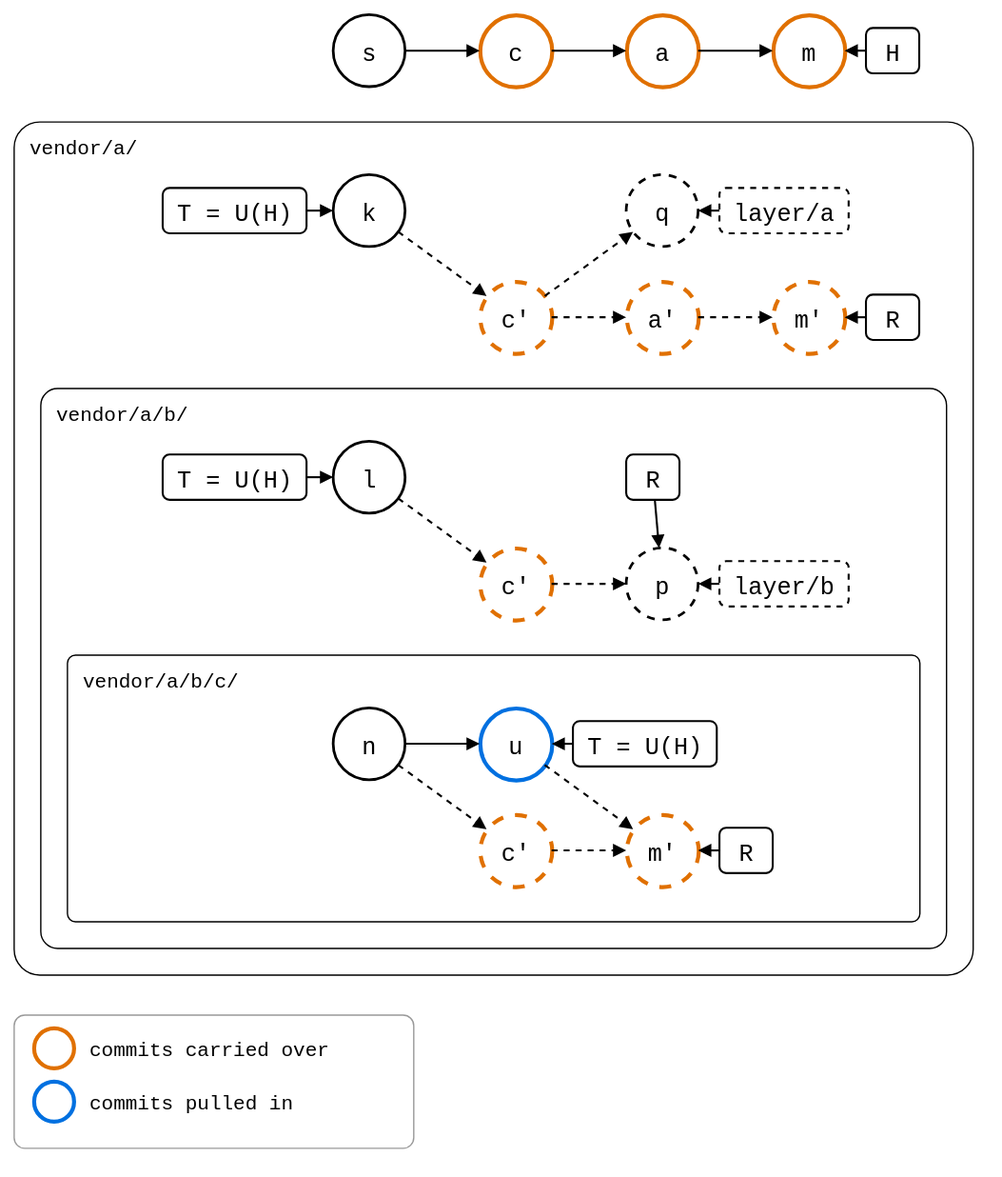
Above: docs/09-scenarios/05-nested-splices/01-nested-splices/02-three-levels/levels-merged-into-monorepo.drawio.svg in roschaefer/git-splice (draw.io), before the change. Source tidied: cells renumbered, new cells last; positions are measured from the earlier drawing's top-left corner, leaving out a move shared by most shapes.
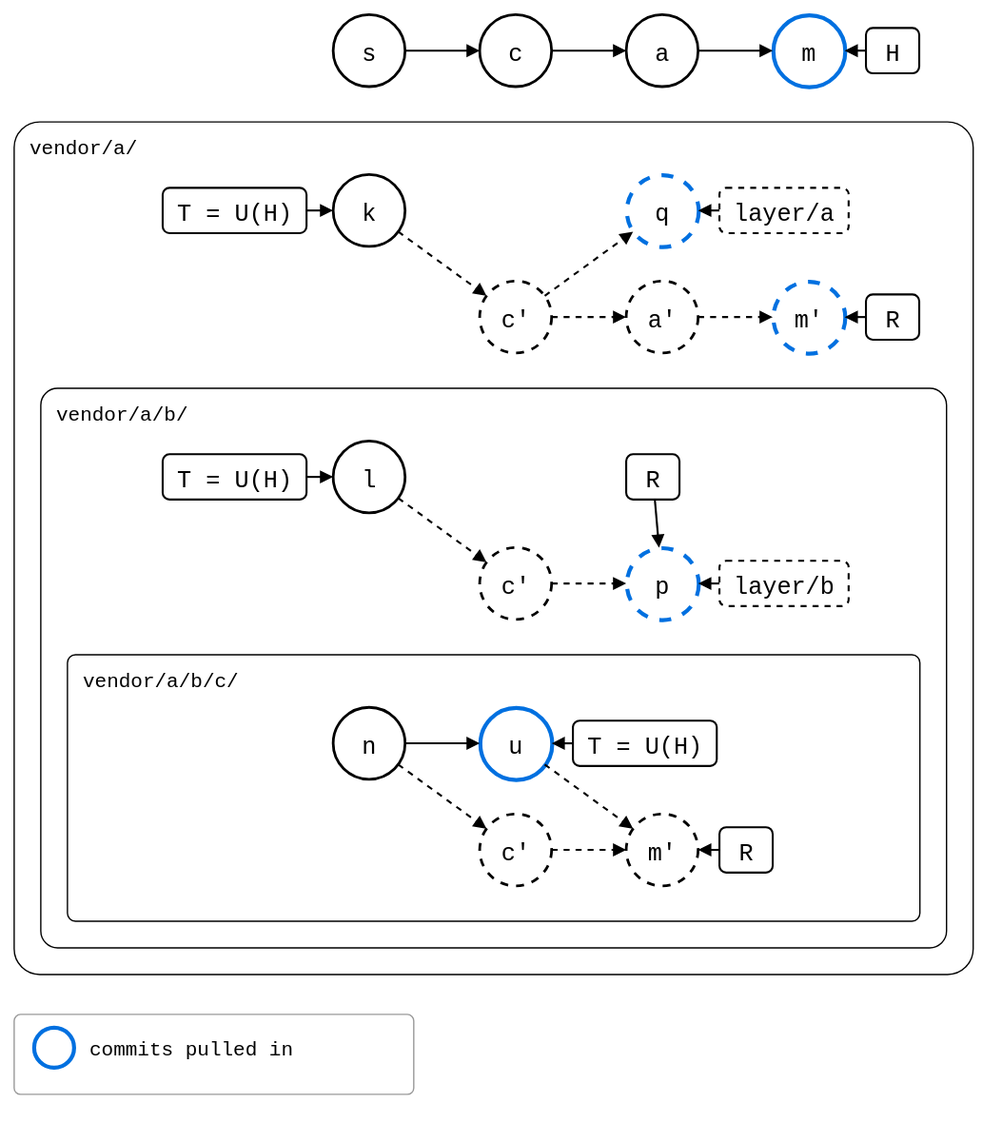
The same diagram one commit later.

Commit message:
docs(scenarios): follow the pulled commit out through the levels in blue

The edit, as a diff of the source:
```diff
@@ -14,19 +14,19 @@
     <mxCell id="5" value="s" style="ellipse;strokeWidth=2;fontSize=18;fontFamily=Roboto Mono,monospace;" parent="1" vertex="1">
       <mxGeometry x="240" width="54" height="54" as="geometry" />
     </mxCell>
-    <mxCell id="6" value="c" style="ellipse;strokeWidth=2;fontSize=18;fontFamily=Roboto Mono,monospace;strokeColor=#E07000;strokeWidth=3;" parent="1" vertex="1">
+    <mxCell id="6" value="c" style="ellipse;strokeWidth=2;fontSize=18;fontFamily=Roboto Mono,monospace;" parent="1" vertex="1">
       <mxGeometry x="350" width="54" height="54" as="geometry" />
     </mxCell>
     <mxCell id="7" style="endArrow=block;endFill=1;html=1;strokeWidth=1.5;rounded=0;" parent="1" edge="1" source="5" target="6">
       <mxGeometry relative="1" as="geometry" />
     </mxCell>
-    <mxCell id="8" value="a" style="ellipse;strokeWidth=2;fontSize=18;fontFamily=Roboto Mono,monospace;strokeColor=#E07000;strokeWidth=3;" parent="1" vertex="1">
+    <mxCell id="8" value="a" style="ellipse;strokeWidth=2;fontSize=18;fontFamily=Roboto Mono,monospace;" parent="1" vertex="1">
       <mxGeometry x="460" width="54" height="54" as="geometry" />
     </mxCell>
     <mxCell id="9" style="endArrow=block;endFill=1;html=1;strokeWidth=1.5;rounded=0;" parent="1" edge="1" source="6" target="8">
       <mxGeometry relative="1" as="geometry" />
     </mxCell>
-    <mxCell id="10" value="m" style="ellipse;strokeWidth=2;fontSize=18;fontFamily=Roboto Mono,monospace;strokeColor=#E07000;strokeWidth=3;" parent="1" vertex="1">
+    <mxCell id="10" value="m" style="ellipse;strokeWidth=2;fontSize=18;fontFamily=Roboto Mono,monospace;strokeColor=#0070E0;strokeWidth=3;" parent="1" vertex="1">
       <mxGeometry x="570" width="54" height="54" as="geometry" />
     </mxCell>
     <mxCell id="11" style="endArrow=block;endFill=1;html=1;strokeWidth=1.5;rounded=0;" parent="1" edge="1" source="8" target="10">
@@ -41,7 +41,7 @@
     <mxCell id="14" value="k" style="ellipse;strokeWidth=2;fontSize=18;fontFamily=Roboto Mono,monospace;" parent="1" vertex="1">
       <mxGeometry x="240" y="120" width="54" height="54" as="geometry" />
     </mxCell>
-    <mxCell id="15" value="c'" style="ellipse;strokeWidth=2;fontSize=18;fontFamily=Roboto Mono,monospace;dashed=1;strokeColor=#E07000;strokeWidth=3;" parent="1" vertex="1">
+    <mxCell id="15" value="c'" style="ellipse;strokeWidth=2;fontSize=18;fontFamily=Roboto Mono,monospace;dashed=1;" parent="1" vertex="1">
       <mxGeometry x="350" y="200" width="54" height="54" as="geometry" />
     </mxCell>
     <mxCell id="16" style="endArrow=block;endFill=1;html=1;strokeWidth=1.5;rounded=0;dashed=1;" parent="1" edge="1" source="14" target="15">
@@ -50,7 +50,7 @@
     <mxCell id="17" value="l" style="ellipse;strokeWidth=2;fontSize=18;fontFamily=Roboto Mono,monospace;" parent="1" vertex="1">
       <mxGeometry x="240" y="320" width="54" height="54" as="geometry" />
     </mxCell>
-    <mxCell id="18" value="c'" style="ellipse;strokeWidth=2;fontSize=18;fontFamily=Roboto Mono,monospace;dashed=1;strokeColor=#E07000;strokeWidth=3;" parent="1" vertex="1">
+    <mxCell id="18" value="c'" style="ellipse;strokeWidth=2;fontSize=18;fontFamily=Roboto Mono,monospace;dashed=1;" parent="1" vertex="1">
       <mxGeometry x="350" y="400" width="54" height="54" as="geometry" />
     </mxCell>
     <mxCell id="19" style="endArrow=block;endFill=1;html=1;strokeWidth=1.5;rounded=0;dashed=1;" parent="1" edge="1" source="17" target="18">
@@ -65,7 +65,7 @@
     <mxCell id="22" style="endArrow=block;endFill=1;html=1;strokeWidth=1.5;rounded=0;" parent="1" edge="1" source="20" target="21">
       <mxGeometry relative="1" as="geometry" />
     </mxCell>
-    <mxCell id="23" value="c'" style="ellipse;strokeWidth=2;fontSize=18;fontFamily=Roboto Mono,monospace;dashed=1;strokeColor=#E07000;strokeWidth=3;" parent="1" vertex="1">
+    <mxCell id="23" value="c'" style="ellipse;strokeWidth=2;fontSize=18;fontFamily=Roboto Mono,monospace;dashed=1;" parent="1" vertex="1">
       <mxGeometry x="350" y="600" width="54" height="54" as="geometry" />
     </mxCell>
     <mxCell id="24" style="endArrow=block;endFill=1;html=1;strokeWidth=1.5;rounded=0;dashed=1;" parent="1" edge="1" source="20" target="23">
@@ -83,31 +83,31 @@
     <mxCell id="28" style="endArrow=block;endFill=1;html=1;strokeWidth=1.5;rounded=0;" parent="1" edge="1" source="27" target="17">
       <mxGeometry relative="1" as="geometry" />
     </mxCell>
-    <mxCell id="29" value="p" style="ellipse;strokeWidth=2;fontSize=18;fontFamily=Roboto Mono,monospace;dashed=1;" parent="1" vertex="1">
+    <mxCell id="29" value="p" style="ellipse;strokeWidth=2;fontSize=18;fontFamily=Roboto Mono,monospace;dashed=1;strokeColor=#0070E0;strokeWidth=3;" parent="1" vertex="1">
       <mxGeometry x="460" y="400" width="54" height="54" as="geometry" />
     </mxCell>
     <mxCell id="30" style="endArrow=block;endFill=1;html=1;strokeWidth=1.5;rounded=0;dashed=1;" parent="1" edge="1" source="18" target="29">
       <mxGeometry relative="1" as="geometry" />
     </mxCell>
-    <mxCell id="31" value="q" style="ellipse;strokeWidth=2;fontSize=18;fontFamily=Roboto Mono,monospace;dashed=1;" parent="1" vertex="1">
+    <mxCell id="31" value="q" style="ellipse;strokeWidth=2;fontSize=18;fontFamily=Roboto Mono,monospace;dashed=1;strokeColor=#0070E0;strokeWidth=3;" parent="1" vertex="1">
       <mxGeometry x="460" y="120" width="54" height="54" as="geometry" />
     </mxCell>
     <mxCell id="32" style="endArrow=block;endFill=1;html=1;strokeWidth=1.5;rounded=0;dashed=1;" parent="1" edge="1" source="15" target="31">
       <mxGeometry relative="1" as="geometry" />
     </mxCell>
-    <mxCell id="33" value="a'" style="ellipse;strokeWidth=2;fontSize=18;fontFamily=Roboto Mono,monospace;dashed=1;strokeColor=#E07000;strokeWidth=3;" parent="1" vertex="1">
+    <mxCell id="33" value="a'" style="ellipse;strokeWidth=2;fontSize=18;fontFamily=Roboto Mono,monospace;dashed=1;" parent="1" vertex="1">
       <mxGeometry x="460" y="200" width="54" height="54" as="geometry" />
     </mxCell>
     <mxCell id="34" style="endArrow=block;endFill=1;html=1;strokeWidth=1.5;rounded=0;dashed=1;" parent="1" edge="1" source="15" target="33">
       <mxGeometry relative="1" as="geometry" />
     </mxCell>
-    <mxCell id="35" value="m'" style="ellipse;strokeWidth=2;fontSize=18;fontFamily=Roboto Mono,monospace;dashed=1;strokeColor=#E07000;strokeWidth=3;" parent="1" vertex="1">
+    <mxCell id="35" value="m'" style="ellipse;strokeWidth=2;fontSize=18;fontFamily=Roboto Mono,monospace;dashed=1;strokeColor=#0070E0;strokeWidth=3;" parent="1" vertex="1">
       <mxGeometry x="570" y="200" width="54" height="54" as="geometry" />
     </mxCell>
     <mxCell id="36" style="endArrow=block;endFill=1;html=1;strokeWidth=1.5;rounded=0;dashed=1;" parent="1" edge="1" source="33" target="35">
       <mxGeometry relative="1" as="geometry" />
     </mxCell>
-    <mxCell id="37" value="m'" style="ellipse;strokeWidth=2;fontSize=18;fontFamily=Roboto Mono,monospace;dashed=1;strokeColor=#E07000;strokeWidth=3;" parent="1" vertex="1">
+    <mxCell id="37" value="m'" style="ellipse;strokeWidth=2;fontSize=18;fontFamily=Roboto Mono,monospace;dashed=1;" parent="1" vertex="1">
       <mxGeometry x="460" y="600" width="54" height="54" as="geometry" />
     </mxCell>
     <mxCell id="38" style="endArrow=block;endFill=1;html=1;strokeWidth=1.5;rounded=0;dashed=1;" parent="1" edge="1" source="23" target="37">
@@ -153,19 +153,13 @@
       <mxGeometry relative="1" as="geometry" />
     </mxCell>
     <mxCell id="52" style="rounded=1;arcSize=8;fillColor=none;strokeColor=#999999;strokeWidth=1;legend=1;" parent="1" vertex="1">
-      <mxGeometry y="750" width="300" height="100" as="geometry" />
+      <mxGeometry y="750" width="300" height="60" as="geometry" />
     </mxCell>
-    <mxCell id="53" style="ellipse;fontSize=13;fontFamily=Roboto Mono,monospace;strokeWidth=2;strokeColor=#E07000;strokeWidth=3;" parent="52" vertex="1">
-      <mxGeometry x="15" y="10" width="30" height="30" as="geometry" />
-    </mxCell>
-    <mxCell id="54" value="commits carried over" style="text;align=left;verticalAlign=middle;fontSize=15;fontFamily=Roboto Mono,monospace;" parent="52" vertex="1">
-      <mxGeometry x="55" y="10" width="240" height="30" as="geometry" />
-    </mxCell>
     <mxCell id="55" style="ellipse;fontSize=13;fontFamily=Roboto Mono,monospace;strokeWidth=2;strokeColor=#0070E0;strokeWidth=3;" parent="52" vertex="1">
-      <mxGeometry x="15" y="50" width="30" height="30" as="geometry" />
+      <mxGeometry x="15" y="10" width="30" height="30" as="geometry" />
     </mxCell>
     <mxCell id="56" value="commits pulled in" style="text;align=left;verticalAlign=middle;fontSize=15;fontFamily=Roboto Mono,monospace;" parent="52" vertex="1">
-      <mxGeometry x="55" y="50" width="240" height="30" as="geometry" />
+      <mxGeometry x="55" y="10" width="240" height="30" as="geometry" />
     </mxCell>
   </root>
 </mxGraphModel>
```
